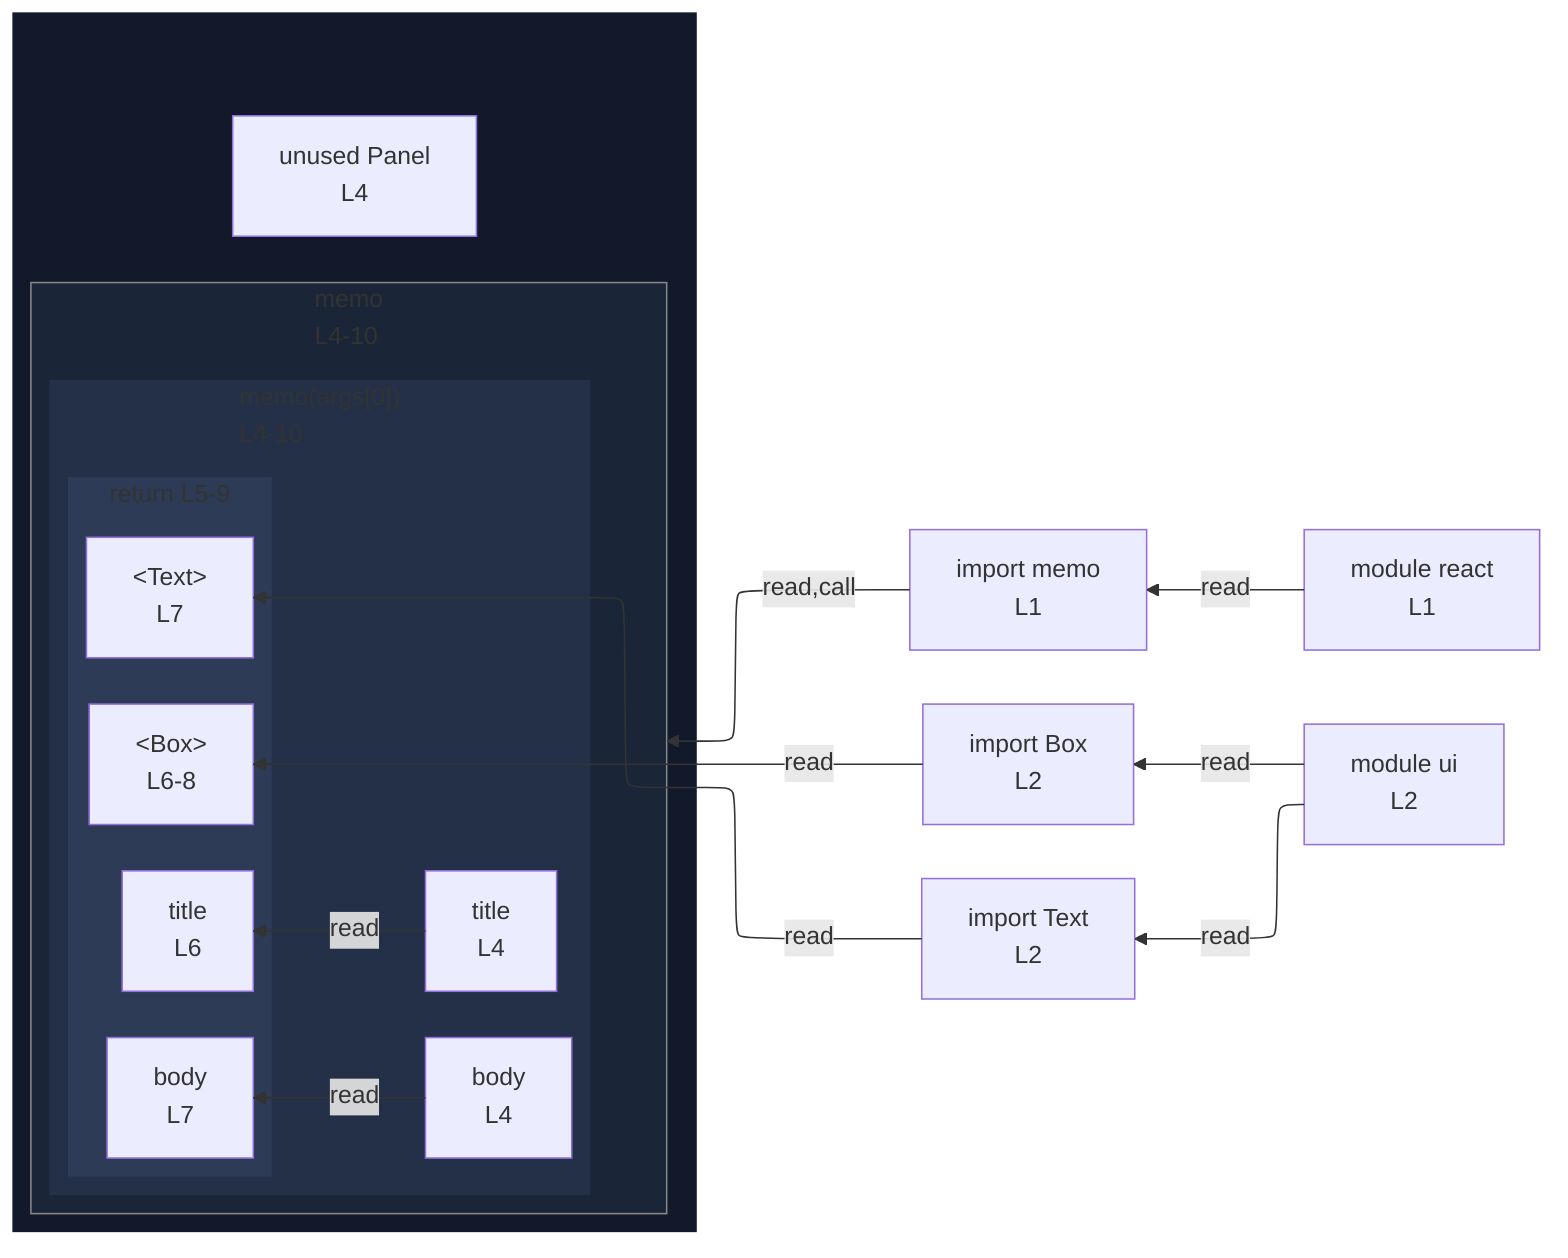
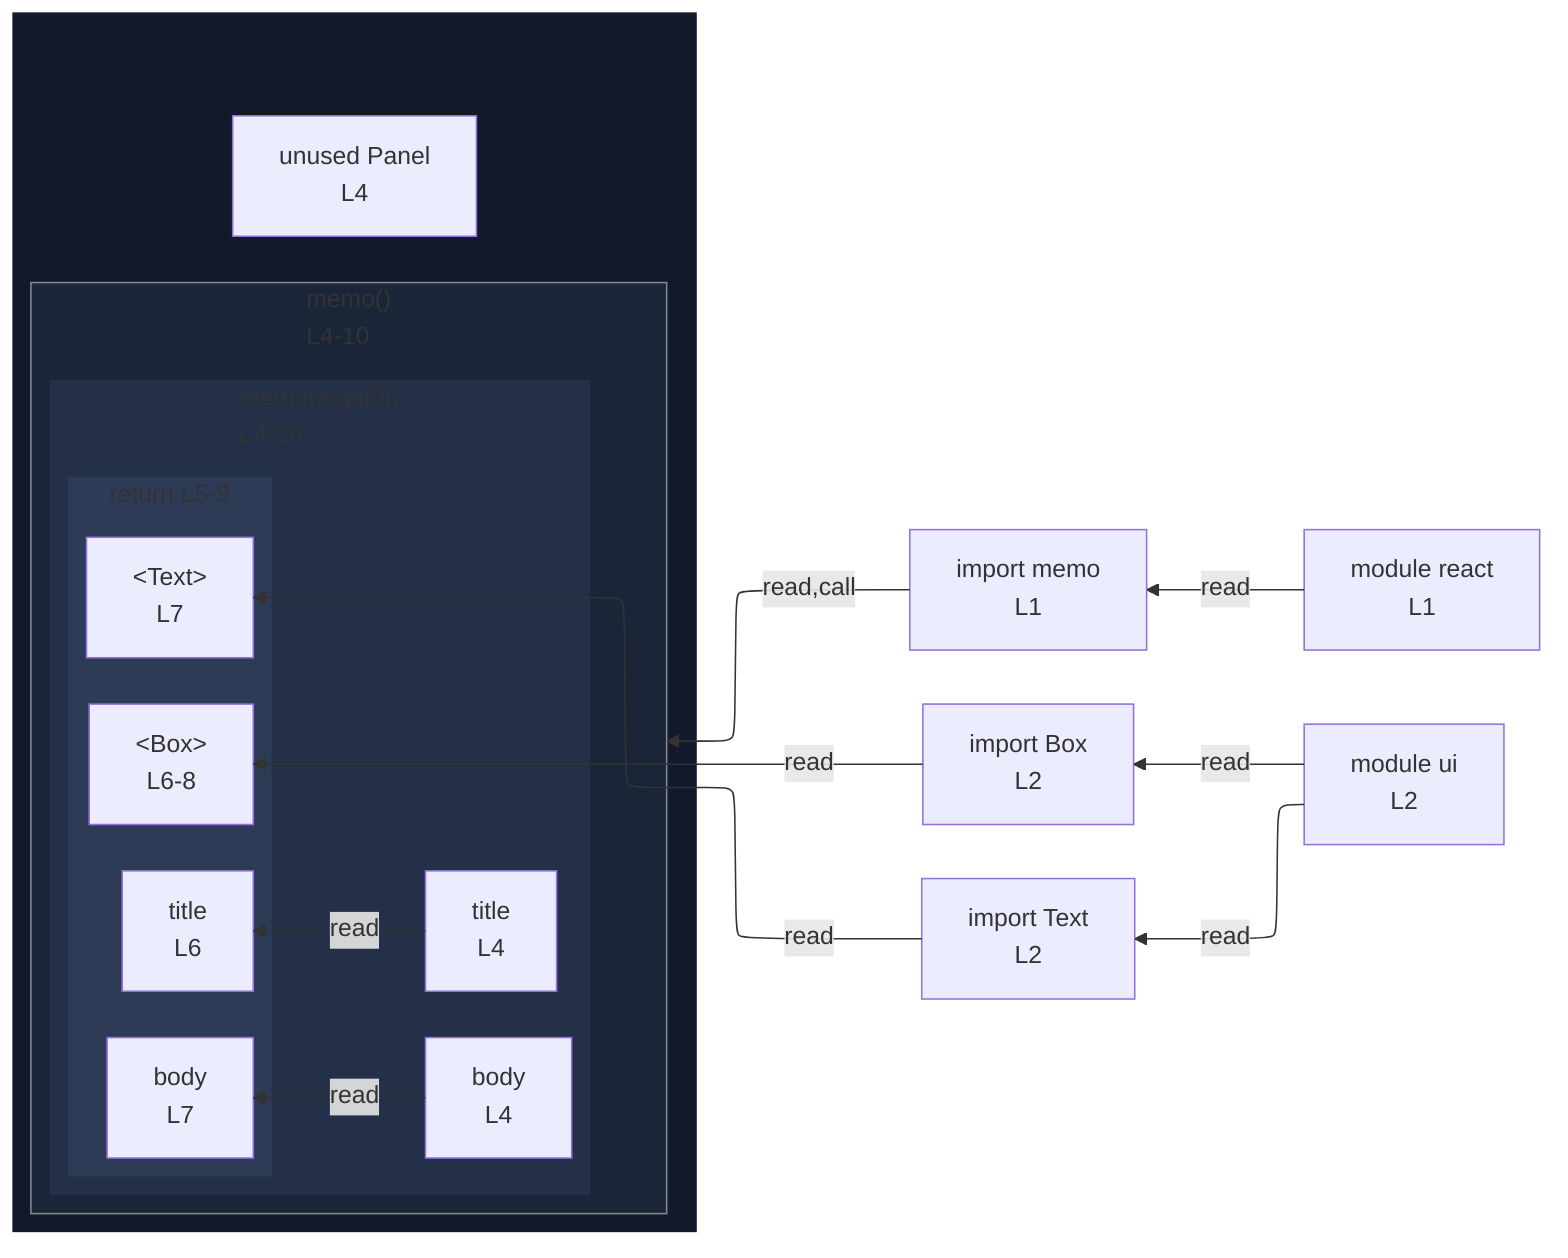
%%{init: {"flowchart": {"defaultRenderer": "elk"}}}%%
flowchart RL
  n_scope_0_memo_9["import memo<br/>L1"]
  n_scope_0_Box_39["import Box<br/>L2"]
  n_scope_0_Text_44["import Text<br/>L2"]
-   subgraph wrap_call_proxy_ref_1[" "]
+   subgraph wrap_call_proxy_84[" "]
    direction TB
    n_scope_0_Panel_76["unused Panel<br/>L4"]
-     subgraph call_proxy_ref_1["memo<br/>L4-10"]
+     subgraph call_proxy_84["memo()<br/>L4-10"]
      direction RL
      subgraph s_scope_1["memo(args[0])<br/>L4-10"]
        direction RL
        n_scope_1_title_90["title<br/>L4"]
        n_scope_1_body_105["body<br/>L4"]
        subgraph s_return_scope_1_126_200["return L5-9"]
          direction RL
          ret_use_ref_2["&lt;Box&gt;<br/>L6-8"]
          ret_use_ref_3["title<br/>L6"]
          ret_use_ref_4["&lt;Text&gt;<br/>L7"]
          ret_use_ref_5["body<br/>L7"]
        end
      end
    end
  end
-   n_scope_0_memo_9 -->|read,call| call_proxy_ref_1
+   n_scope_0_memo_9 -->|read,call| call_proxy_84
  n_scope_0_Box_39 -->|read| ret_use_ref_2
  n_scope_1_title_90 -->|read| ret_use_ref_3
  n_scope_0_Text_44 -->|read| ret_use_ref_4
  n_scope_1_body_105 -->|read| ret_use_ref_5
  mod_react["module react<br/>L1"]
  mod_ui["module ui<br/>L2"]
  mod_react -->|read| n_scope_0_memo_9
  mod_ui -->|read| n_scope_0_Box_39
  mod_ui -->|read| n_scope_0_Text_44
  classDef nestL1 fill:#11192a,stroke:transparent;
-   class wrap_call_proxy_ref_1 nestL1;
+   class wrap_call_proxy_84 nestL1;
  classDef nestL2 fill:#1a2538,stroke:transparent;
-   class call_proxy_ref_1 nestL2;
+   class call_proxy_84 nestL2;
  classDef nestL3 fill:#243047,stroke:transparent;
  class s_scope_1 nestL3;
  classDef nestL4 fill:#2d3b57,stroke:transparent;
  class s_return_scope_1_126_200 nestL4;
  classDef edgeTargetSubgraph stroke:#888;
-   class call_proxy_ref_1 edgeTargetSubgraph;
+   class call_proxy_84 edgeTargetSubgraph;
